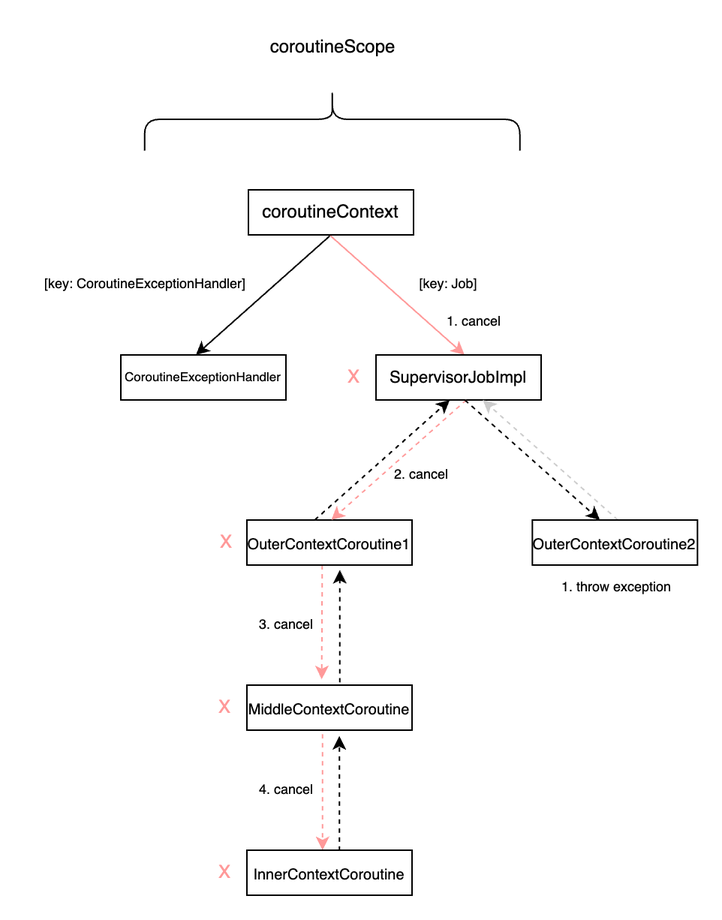
chdhy/ImageHosting keeps this draw.io diagram as Structured-Concurrency.drawio.png. Above is the earlier version. Source tidied: cells renumbered, new cells last; positions are measured from the earlier drawing's top-left corner, leaving out a move shared by most shapes.
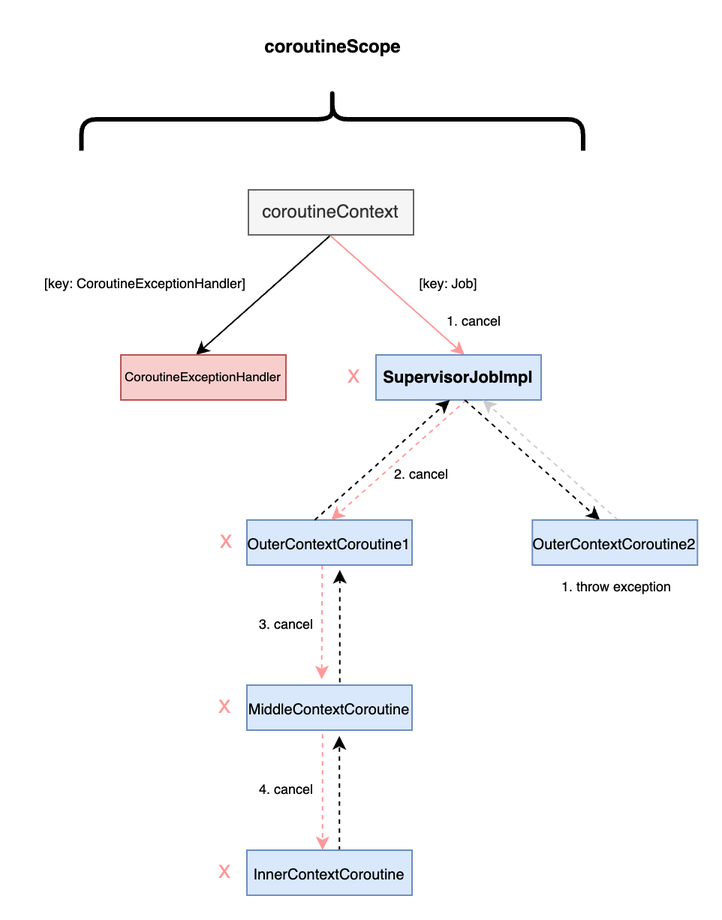
The same diagram one commit later.

What changed in the source:
```diff
@@ -2,7 +2,7 @@
   <root>
     <mxCell id="0" />
     <mxCell id="1" parent="0" />
-    <mxCell id="2" value="MiddleContextCoroutine" style="rounded=0;whiteSpace=wrap;html=1;fontSize=10;" parent="1" vertex="1">
+    <mxCell id="2" value="MiddleContextCoroutine" style="rounded=0;whiteSpace=wrap;html=1;fontSize=10;fillColor=#dae8fc;strokeColor=#6c8ebf;" parent="1" vertex="1">
       <mxGeometry x="148" y="440" width="110" height="30" as="geometry" />
     </mxCell>
     <mxCell id="3" style="endArrow=classic;html=1;rounded=0;dashed=1;entryX=0.453;entryY=-0.129;entryDx=0;entryDy=0;entryPerimeter=0;strokeColor=#FF9999;" parent="1" edge="1" target="2">
@@ -28,7 +28,7 @@
         <mxPoint x="209.6" y="474" as="targetPoint" />
       </mxGeometry>
     </mxCell>
-    <mxCell id="8" value="InnerContextCoroutine" style="rounded=0;whiteSpace=wrap;html=1;fontSize=10;" parent="1" vertex="1">
+    <mxCell id="8" value="InnerContextCoroutine" style="rounded=0;whiteSpace=wrap;html=1;fontSize=10;fillColor=#dae8fc;strokeColor=#6c8ebf;" parent="1" vertex="1">
       <mxGeometry x="148" y="550" width="110" height="30" as="geometry" />
     </mxCell>
     <mxCell id="9" value="X" style="text;html=1;align=center;verticalAlign=middle;strokeColor=none;fillColor=none;fontColor=#FF9999;" parent="1" vertex="1">
@@ -37,10 +37,10 @@
     <mxCell id="10" value="1. throw exception" style="text;html=1;align=center;verticalAlign=middle;strokeColor=none;fillColor=none;fontSize=9;" parent="1" vertex="1">
       <mxGeometry x="344" y="365" width="100" height="20" as="geometry" />
     </mxCell>
-    <mxCell id="11" style="shape=curlyBracket;whiteSpace=wrap;html=1;rounded=1;labelPosition=left;verticalLabelPosition=middle;align=right;verticalAlign=middle;direction=south;" parent="1" vertex="1">
-      <mxGeometry x="79.8" y="42.2" width="250" height="41.7" as="geometry" />
+    <mxCell id="11" style="shape=curlyBracket;whiteSpace=wrap;html=1;rounded=1;labelPosition=left;verticalLabelPosition=middle;align=right;verticalAlign=middle;direction=south;strokeWidth=3;" parent="1" vertex="1">
+      <mxGeometry x="37.8" y="42.2" width="334.2" height="41.7" as="geometry" />
     </mxCell>
-    <mxCell id="12" value="coroutineScope" style="text;html=1;align=center;verticalAlign=middle;strokeColor=none;fillColor=none;" parent="1" vertex="1">
+    <mxCell id="12" value="coroutineScope" style="text;html=1;align=center;verticalAlign=middle;strokeColor=none;fillColor=none;fontStyle=1;" parent="1" vertex="1">
       <mxGeometry x="149.8" width="110" height="30" as="geometry" />
     </mxCell>
     <mxCell id="13" style="endArrow=classic;html=1;rounded=0;" parent="1" edge="1">
@@ -55,13 +55,13 @@
         <mxPoint x="293" y="220" as="targetPoint" />
       </mxGeometry>
     </mxCell>
-    <mxCell id="15" value="CoroutineExceptionHandler" style="rounded=0;whiteSpace=wrap;html=1;fontSize=8.5;" parent="1" vertex="1">
+    <mxCell id="15" value="CoroutineExceptionHandler" style="rounded=0;whiteSpace=wrap;html=1;fontSize=8.5;fillColor=#f8cecc;strokeColor=#b85450;" parent="1" vertex="1">
       <mxGeometry x="64" y="220" width="110" height="30" as="geometry" />
     </mxCell>
-    <mxCell id="16" value="SupervisorJobImpl" style="rounded=0;whiteSpace=wrap;html=1;fontStyle=0;fontSize=11;" parent="1" vertex="1">
+    <mxCell id="16" value="SupervisorJobImpl" style="rounded=0;whiteSpace=wrap;html=1;fontStyle=1;fontSize=11;fillColor=#dae8fc;strokeColor=#6c8ebf;" parent="1" vertex="1">
       <mxGeometry x="234" y="220" width="110" height="30" as="geometry" />
     </mxCell>
-    <mxCell id="17" value="&lt;span style=&quot;font-weight: normal;&quot;&gt;&lt;font style=&quot;font-size: 10px;&quot;&gt;OuterContextCoroutine1&lt;/font&gt;&lt;/span&gt;" style="rounded=0;whiteSpace=wrap;html=1;fontSize=10;fontStyle=1;" parent="1" vertex="1">
+    <mxCell id="17" value="&lt;span style=&quot;font-weight: normal;&quot;&gt;&lt;font style=&quot;font-size: 10px;&quot;&gt;OuterContextCoroutine1&lt;/font&gt;&lt;/span&gt;" style="rounded=0;whiteSpace=wrap;html=1;fontSize=10;fontStyle=1;fillColor=#dae8fc;strokeColor=#6c8ebf;" parent="1" vertex="1">
       <mxGeometry x="148" y="330" width="110" height="30" as="geometry" />
     </mxCell>
     <mxCell id="18" value="[key:&amp;nbsp;CoroutineExceptionHandler&lt;span style=&quot;background-color: initial; font-size: 9px;&quot;&gt;]&lt;/span&gt;" style="text;html=1;align=center;verticalAlign=middle;strokeColor=none;fillColor=none;fontSize=9;" parent="1" vertex="1">
@@ -70,7 +70,7 @@
     <mxCell id="19" value="[key: Job]" style="text;html=1;align=center;verticalAlign=middle;strokeColor=none;fillColor=none;fontSize=9;" parent="1" vertex="1">
       <mxGeometry x="252" y="163" width="60" height="20" as="geometry" />
     </mxCell>
-    <mxCell id="20" value="coroutineContext" style="rounded=0;whiteSpace=wrap;html=1;" parent="1" vertex="1">
+    <mxCell id="20" value="coroutineContext" style="rounded=0;whiteSpace=wrap;html=1;fillColor=#f5f5f5;fontColor=#333333;strokeColor=#666666;" parent="1" vertex="1">
       <mxGeometry x="149" y="110" width="110" height="30" as="geometry" />
     </mxCell>
     <mxCell id="21" style="endArrow=classic;html=1;rounded=0;dashed=1;strokeColor=#FF9999;" parent="1" edge="1">
@@ -97,7 +97,7 @@
         <mxPoint x="305.2" y="250" as="targetPoint" />
       </mxGeometry>
     </mxCell>
-    <mxCell id="25" value="OuterContextCoroutine2" style="rounded=0;whiteSpace=wrap;html=1;fontSize=10;" parent="1" vertex="1">
+    <mxCell id="25" value="OuterContextCoroutine2" style="rounded=0;whiteSpace=wrap;html=1;fontSize=10;fillColor=#dae8fc;strokeColor=#6c8ebf;" parent="1" vertex="1">
       <mxGeometry x="338.2" y="330" width="110" height="30" as="geometry" />
     </mxCell>
     <mxCell id="26" value="2. cancel" style="text;html=1;align=center;verticalAlign=middle;strokeColor=none;fillColor=none;fontSize=9;" parent="1" vertex="1">
```
